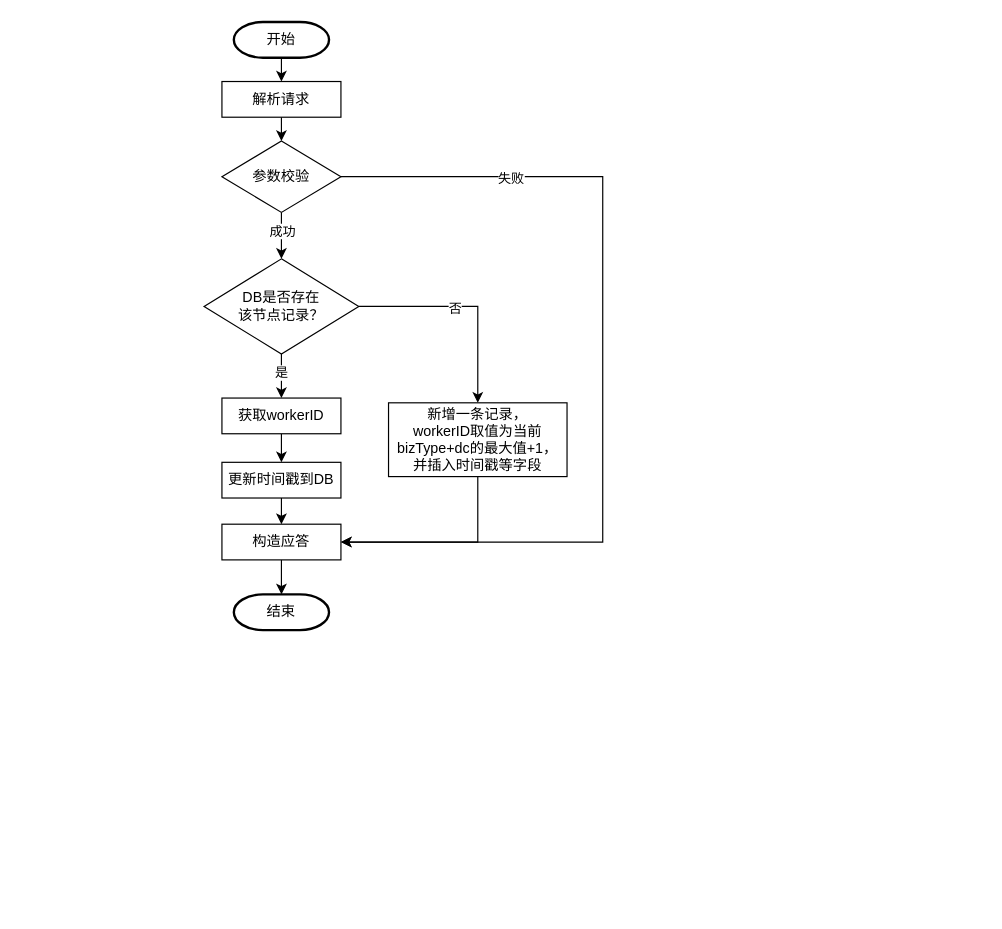
The draw.io diagram fastid-mgm-init.drawio in lttUSTC/draw, before the edit. Source tidied: cells renumbered, new cells numbered last; positions are measured from the earlier drawing's top-left corner, leaving out a move shared by most shapes. Both pictures are drawn from the tidied source at 119%, with x=0, y=0 at pixel (203, 21).
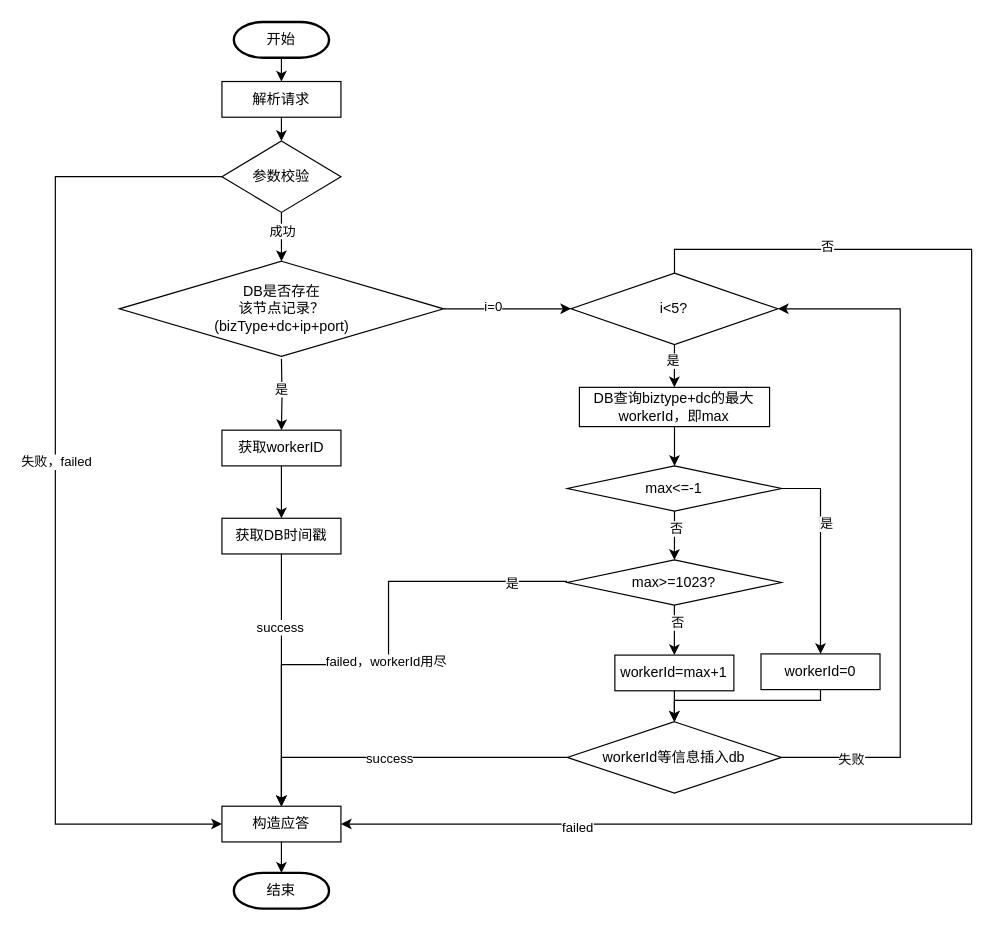
The same diagram, later.

Unchanged cells that the change refers to:
```xml
<mxCell id="10" value="参数校验" style="rhombus;whiteSpace=wrap;html=1;" parent="1" vertex="1">
  <mxGeometry x="15" y="100" width="100" height="60" as="geometry" />
</mxCell>
<mxCell id="22" style="edgeStyle=orthogonalEdgeStyle;rounded=0;jettySize=auto;html=1;exitX=0.5;exitY=1;exitDx=0;exitDy=0;entryX=0.5;entryY=0;entryDx=0;entryDy=0;entryPerimeter=0;" parent="1" edge="1" source="18" target="24">
  <mxGeometry relative="1" as="geometry" />
</mxCell>
```

The edit, as a diff of the source:
```diff
@@
-    <mxCell id="8" style="edgeStyle=orthogonalEdgeStyle;rounded=0;jettySize=auto;html=1;exitX=1;exitY=0.5;exitDx=0;exitDy=0;entryX=1;entryY=0.5;entryDx=0;entryDy=0;" parent="1" edge="1" source="10" target="24">
+    <mxCell id="8" style="edgeStyle=orthogonalEdgeStyle;rounded=0;jettySize=auto;html=1;exitX=0;exitY=0.5;exitDx=0;exitDy=0;entryX=0;entryY=0.5;entryDx=0;entryDy=0;" parent="1" edge="1" source="10" target="24">
       <mxGeometry relative="1" as="geometry">
         <Array as="points">
-          <mxPoint x="335" y="130" />
-          <mxPoint x="335" y="437" />
+          <mxPoint x="-125" y="130" />
+          <mxPoint x="-125" y="674" />
         </Array>
       </mxGeometry>
     </mxCell>
-    <mxCell id="9" value="失败" style="edgeLabel;html=1;align=center;verticalAlign=middle;" parent="8" vertex="1">
-      <mxGeometry x="-0.62" y="-1" relative="1" as="geometry" />
-    </mxCell>
+    <mxCell id="25" value="失败，failed" style="edgeLabel;html=1;align=center;verticalAlign=middle;" parent="8" vertex="1">
+      <mxGeometry x="-0.08" relative="1" as="geometry" />
+    </mxCell>
@@
-    <mxCell id="11" style="edgeStyle=orthogonalEdgeStyle;rounded=0;jettySize=auto;html=1;exitX=0.5;exitY=1;exitDx=0;exitDy=0;entryX=0.5;entryY=0;entryDx=0;entryDy=0;" parent="1" edge="1" source="15" target="17">
-      <mxGeometry relative="1" as="geometry" />
+    <mxCell id="11" style="edgeStyle=orthogonalEdgeStyle;rounded=0;jettySize=auto;html=1;exitX=0.5;exitY=1;exitDx=0;exitDy=0;entryX=0.5;entryY=0;entryDx=0;entryDy=0;" parent="1" edge="1" target="17">
+      <mxGeometry relative="1" as="geometry">
+        <mxPoint x="65" y="283" as="sourcePoint" />
+      </mxGeometry>
     </mxCell>
@@
-    <mxCell id="13" style="edgeStyle=orthogonalEdgeStyle;rounded=0;jettySize=auto;html=1;exitX=1;exitY=0.5;exitDx=0;exitDy=0;" parent="1" edge="1" source="15" target="21">
-      <mxGeometry relative="1" as="geometry" />
-    </mxCell>
-    <mxCell id="14" value="否" style="edgeLabel;html=1;align=center;verticalAlign=middle;" parent="13" vertex="1">
-      <mxGeometry x="-0.12" y="-1" relative="1" as="geometry" />
-    </mxCell>
+    <mxCell id="26" style="edgeStyle=orthogonalEdgeStyle;rounded=0;jettySize=auto;html=1;exitX=1;exitY=0.5;exitDx=0;exitDy=0;entryX=0;entryY=0.5;entryDx=0;entryDy=0;" parent="1" edge="1" source="15" target="46">
+      <mxGeometry relative="1" as="geometry" />
+    </mxCell>
+    <mxCell id="27" value="i=0" style="edgeLabel;html=1;align=center;verticalAlign=middle;" parent="26" vertex="1">
+      <mxGeometry x="-0.24" y="3" relative="1" as="geometry" />
+    </mxCell>
-    <mxCell id="15" value="DB是否存在&lt;br&gt;该节点记录？" style="rhombus;whiteSpace=wrap;html=1;" parent="1" vertex="1">
-      <mxGeometry y="199" width="130" height="80" as="geometry" />
+    <mxCell id="15" value="DB是否存在&lt;br&gt;该节点记录？&lt;br&gt;(bizType+dc+ip+port)" style="rhombus;whiteSpace=wrap;html=1;" parent="1" vertex="1">
+      <mxGeometry x="-71.2" y="201" width="272.5" height="80" as="geometry" />
     </mxCell>
@@
     <mxCell id="17" value="获取workerID" style="rounded=0;whiteSpace=wrap;html=1;" parent="1" vertex="1">
-      <mxGeometry x="15" y="316" width="100" height="30" as="geometry" />
+      <mxGeometry x="15" y="343" width="100" height="30" as="geometry" />
     </mxCell>
-    <mxCell id="18" value="更新时间戳到DB" style="rounded=0;whiteSpace=wrap;html=1;" parent="1" vertex="1">
-      <mxGeometry x="15" y="370" width="100" height="30" as="geometry" />
+    <mxCell id="18" value="获取DB时间戳" style="rounded=0;whiteSpace=wrap;html=1;" parent="1" vertex="1">
+      <mxGeometry x="15" y="417" width="100" height="30" as="geometry" />
     </mxCell>
     <mxCell id="19" value="结束" style="strokeWidth=2;html=1;shape=mxgraph.flowchart.terminator;whiteSpace=wrap;" parent="1" vertex="1">
-      <mxGeometry x="25" y="481" width="80" height="30" as="geometry" />
+      <mxGeometry x="25" y="715" width="80" height="30" as="geometry" />
     </mxCell>
-    <mxCell id="20" style="edgeStyle=orthogonalEdgeStyle;rounded=0;jettySize=auto;html=1;exitX=0.5;exitY=1;exitDx=0;exitDy=0;entryX=1;entryY=0.5;entryDx=0;entryDy=0;" parent="1" edge="1" source="21" target="24">
-      <mxGeometry relative="1" as="geometry" />
-    </mxCell>
-    <mxCell id="21" value="新增一条记录，&lt;br&gt;workerID取值为当前bizType+dc的最大值+1，&lt;br&gt;并插入时间戳等字段" style="rounded=0;whiteSpace=wrap;html=1;" parent="1" vertex="1">
-      <mxGeometry x="155" y="320" width="150" height="62" as="geometry" />
-    </mxCell>
@@
+    <mxCell id="28" value="success" style="edgeLabel;html=1;align=center;verticalAlign=middle;" parent="22" vertex="1">
+      <mxGeometry x="-0.42" y="-2" relative="1" as="geometry" />
+    </mxCell>
@@
     <mxCell id="24" value="构造应答" style="rounded=0;whiteSpace=wrap;html=1;" parent="1" vertex="1">
-      <mxGeometry x="15" y="422" width="100" height="30" as="geometry" />
+      <mxGeometry x="15" y="659" width="100" height="30" as="geometry" />
     </mxCell>
+    <mxCell id="29" style="edgeStyle=orthogonalEdgeStyle;rounded=0;jettySize=auto;html=1;exitX=0.5;exitY=1;exitDx=0;exitDy=0;entryX=0.5;entryY=0;entryDx=0;entryDy=0;" parent="1" edge="1" source="30" target="40">
+      <mxGeometry relative="1" as="geometry" />
+    </mxCell>
+    <mxCell id="30" value="workerId=max+1" style="rounded=0;whiteSpace=wrap;html=1;" parent="1" vertex="1">
+      <mxGeometry x="345.2" y="532" width="100" height="30" as="geometry" />
+    </mxCell>
+    <mxCell id="31" style="edgeStyle=orthogonalEdgeStyle;rounded=0;jettySize=auto;html=1;exitX=0.5;exitY=1;exitDx=0;exitDy=0;entryX=0.5;entryY=0;entryDx=0;entryDy=0;" parent="1" edge="1" source="36" target="30">
+      <mxGeometry relative="1" as="geometry" />
+    </mxCell>
+    <mxCell id="32" value="否" style="edgeLabel;html=1;align=center;verticalAlign=middle;" parent="31" vertex="1">
+      <mxGeometry x="-0.35" y="2" relative="1" as="geometry" />
+    </mxCell>
+    <mxCell id="33" style="edgeStyle=orthogonalEdgeStyle;rounded=0;jettySize=auto;html=1;entryX=0.5;entryY=0;entryDx=0;entryDy=0;" parent="1" edge="1" target="24">
+      <mxGeometry relative="1" as="geometry">
+        <mxPoint x="305" y="470" as="sourcePoint" />
+        <Array as="points">
+          <mxPoint x="305" y="470" />
+          <mxPoint x="155" y="470" />
+          <mxPoint x="155" y="540" />
+          <mxPoint x="65" y="540" />
+        </Array>
+      </mxGeometry>
+    </mxCell>
+    <mxCell id="34" value="failed，workerId用尽" style="edgeLabel;html=1;align=center;verticalAlign=middle;" parent="33" vertex="1">
+      <mxGeometry x="0.04" y="-3" relative="1" as="geometry" />
+    </mxCell>
+    <mxCell id="35" value="是" style="edgeLabel;html=1;align=center;verticalAlign=middle;" parent="33" vertex="1">
+      <mxGeometry x="-0.78" y="1" relative="1" as="geometry" />
+    </mxCell>
+    <mxCell id="36" value="max&amp;gt;=1023?" style="rhombus;whiteSpace=wrap;html=1;" parent="1" vertex="1">
+      <mxGeometry x="305.2" y="452" width="180" height="38" as="geometry" />
+    </mxCell>
+    <mxCell id="37" style="edgeStyle=orthogonalEdgeStyle;rounded=0;jettySize=auto;html=1;exitX=0;exitY=0.5;exitDx=0;exitDy=0;entryX=0.5;entryY=0;entryDx=0;entryDy=0;" parent="1" edge="1" source="40" target="24">
+      <mxGeometry relative="1" as="geometry">
+        <Array as="points">
+          <mxPoint x="65" y="618" />
+        </Array>
+      </mxGeometry>
+    </mxCell>
+    <mxCell id="38" value="success" style="edgeLabel;html=1;align=center;verticalAlign=middle;" parent="37" vertex="1">
+      <mxGeometry x="0.07" relative="1" as="geometry" />
+    </mxCell>
+    <mxCell id="39" style="edgeStyle=orthogonalEdgeStyle;rounded=0;jettySize=auto;html=1;exitX=1;exitY=0.5;exitDx=0;exitDy=0;entryX=1;entryY=0.5;entryDx=0;entryDy=0;" parent="1" edge="1" source="40" target="46">
+      <mxGeometry relative="1" as="geometry">
+        <Array as="points">
+          <mxPoint x="585" y="618" />
+          <mxPoint x="585" y="241" />
+        </Array>
+      </mxGeometry>
+    </mxCell>
+    <mxCell id="9" value="失败" style="edgeLabel;html=1;align=center;verticalAlign=middle;" parent="39" vertex="1">
+      <mxGeometry x="-0.8" y="-1" relative="1" as="geometry" />
+    </mxCell>
+    <mxCell id="40" value="workerId等信息插入db" style="rhombus;whiteSpace=wrap;html=1;" parent="1" vertex="1">
+      <mxGeometry x="305.2" y="588" width="180" height="60" as="geometry" />
+    </mxCell>
+    <mxCell id="41" style="edgeStyle=orthogonalEdgeStyle;rounded=0;jettySize=auto;html=1;exitX=0.5;exitY=1;exitDx=0;exitDy=0;entryX=0.5;entryY=0;entryDx=0;entryDy=0;" parent="1" edge="1" source="46">
+      <mxGeometry relative="1" as="geometry">
+        <mxPoint x="395.2" y="307" as="targetPoint" />
+      </mxGeometry>
+    </mxCell>
+    <mxCell id="42" value="是" style="edgeLabel;html=1;align=center;verticalAlign=middle;" parent="41" vertex="1">
+      <mxGeometry x="-0.25" y="-2" relative="1" as="geometry" />
+    </mxCell>
+    <mxCell id="43" style="edgeStyle=orthogonalEdgeStyle;rounded=0;jettySize=auto;html=1;exitX=0.5;exitY=0;exitDx=0;exitDy=0;entryX=1;entryY=0.5;entryDx=0;entryDy=0;" parent="1" edge="1" source="46" target="24">
+      <mxGeometry relative="1" as="geometry">
+        <Array as="points">
+          <mxPoint x="395" y="191" />
+          <mxPoint x="645" y="191" />
+          <mxPoint x="645" y="674" />
+        </Array>
+      </mxGeometry>
+    </mxCell>
+    <mxCell id="44" value="否" style="edgeLabel;html=1;align=center;verticalAlign=middle;" parent="43" vertex="1">
+      <mxGeometry x="-0.77" y="3" relative="1" as="geometry" />
+    </mxCell>
+    <mxCell id="45" value="failed" style="edgeLabel;html=1;align=center;verticalAlign=middle;" parent="43" vertex="1">
+      <mxGeometry x="0.69" y="2" relative="1" as="geometry" />
+    </mxCell>
+    <mxCell id="46" value="i&amp;lt;5?" style="rhombus;whiteSpace=wrap;html=1;" parent="1" vertex="1">
+      <mxGeometry x="308.4" y="211" width="173.8" height="60" as="geometry" />
+    </mxCell>
+    <mxCell id="47" style="edgeStyle=orthogonalEdgeStyle;rounded=0;jettySize=auto;html=1;exitX=0.5;exitY=1;exitDx=0;exitDy=0;entryX=0.5;entryY=0;entryDx=0;entryDy=0;" parent="1" edge="1" source="48" target="53">
+      <mxGeometry relative="1" as="geometry" />
+    </mxCell>
+    <mxCell id="48" value="DB查询biztype+dc的最大workerId，即max" style="rounded=0;whiteSpace=wrap;html=1;" parent="1" vertex="1">
+      <mxGeometry x="315.4" y="307" width="159.8" height="33" as="geometry" />
+    </mxCell>
+    <mxCell id="49" style="edgeStyle=orthogonalEdgeStyle;rounded=0;jettySize=auto;html=1;exitX=1;exitY=0.5;exitDx=0;exitDy=0;entryX=0.5;entryY=0;entryDx=0;entryDy=0;" parent="1" edge="1" source="53" target="55">
+      <mxGeometry relative="1" as="geometry" />
+    </mxCell>
+    <mxCell id="50" value="是" style="edgeLabel;html=1;align=center;verticalAlign=middle;" parent="49" vertex="1">
+      <mxGeometry x="-0.28" y="4" relative="1" as="geometry" />
+    </mxCell>
+    <mxCell id="51" style="edgeStyle=orthogonalEdgeStyle;rounded=0;jettySize=auto;html=1;exitX=0.5;exitY=1;exitDx=0;exitDy=0;entryX=0.5;entryY=0;entryDx=0;entryDy=0;" parent="1" edge="1" source="53" target="36">
+      <mxGeometry relative="1" as="geometry" />
+    </mxCell>
+    <mxCell id="52" value="否" style="edgeLabel;html=1;align=center;verticalAlign=middle;" parent="51" vertex="1">
+      <mxGeometry x="-0.33" y="1" relative="1" as="geometry" />
+    </mxCell>
+    <mxCell id="53" value="max&amp;lt;=-1" style="rhombus;whiteSpace=wrap;html=1;" parent="1" vertex="1">
+      <mxGeometry x="305.3" y="373" width="180" height="38" as="geometry" />
+    </mxCell>
+    <mxCell id="54" style="edgeStyle=orthogonalEdgeStyle;rounded=0;jettySize=auto;html=1;exitX=0.5;exitY=1;exitDx=0;exitDy=0;entryX=0.5;entryY=0;entryDx=0;entryDy=0;" parent="1" edge="1" source="55" target="40">
+      <mxGeometry relative="1" as="geometry">
+        <Array as="points">
+          <mxPoint x="518" y="570" />
+          <mxPoint x="395" y="570" />
+        </Array>
+      </mxGeometry>
+    </mxCell>
+    <mxCell id="55" value="workerId=0" style="rounded=0;whiteSpace=wrap;html=1;" parent="1" vertex="1">
+      <mxGeometry x="468" y="531" width="100" height="30" as="geometry" />
+    </mxCell>
```
